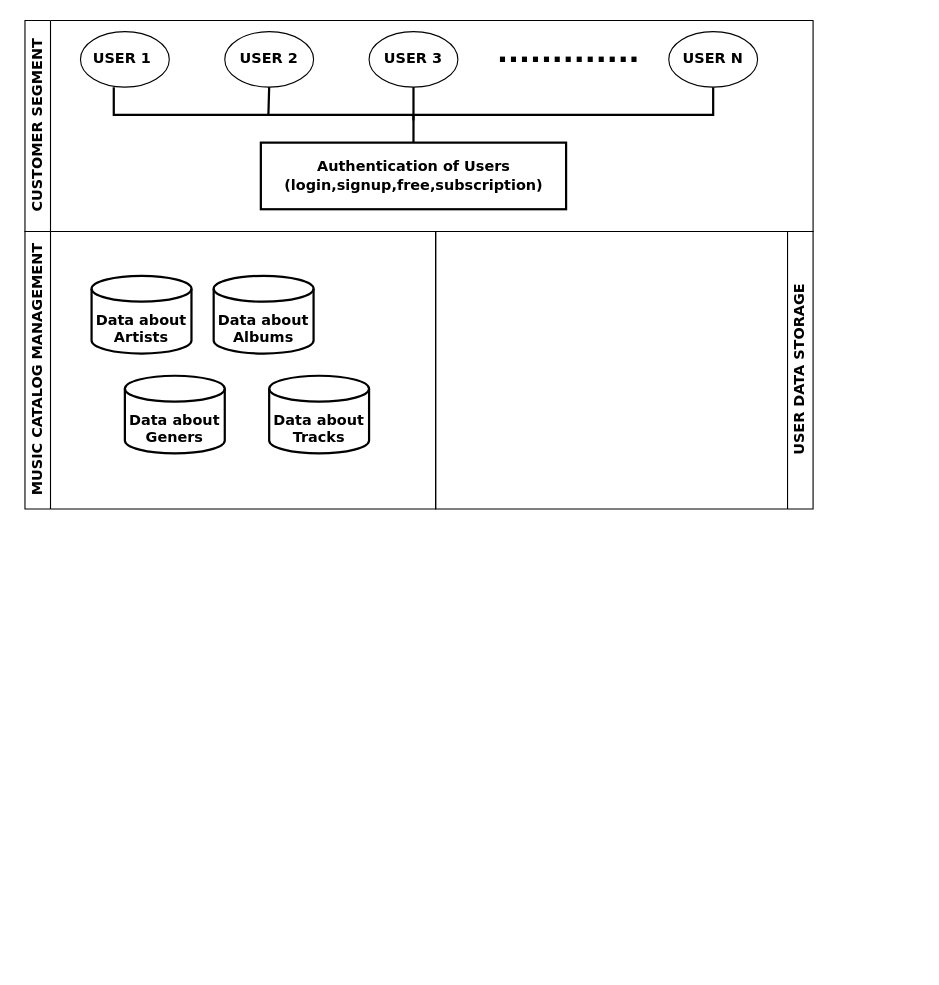
Above: moksha_spotify.drawio in ChanumoluGayathri/System_Design (draw.io), before the change. Source tidied: cells renumbered, new cells numbered last; positions are measured from the earlier drawing's top-left corner, leaving out a move shared by most shapes. Both pictures are drawn from the tidied source at 111%, with x=0, y=0 at pixel (24, 20).
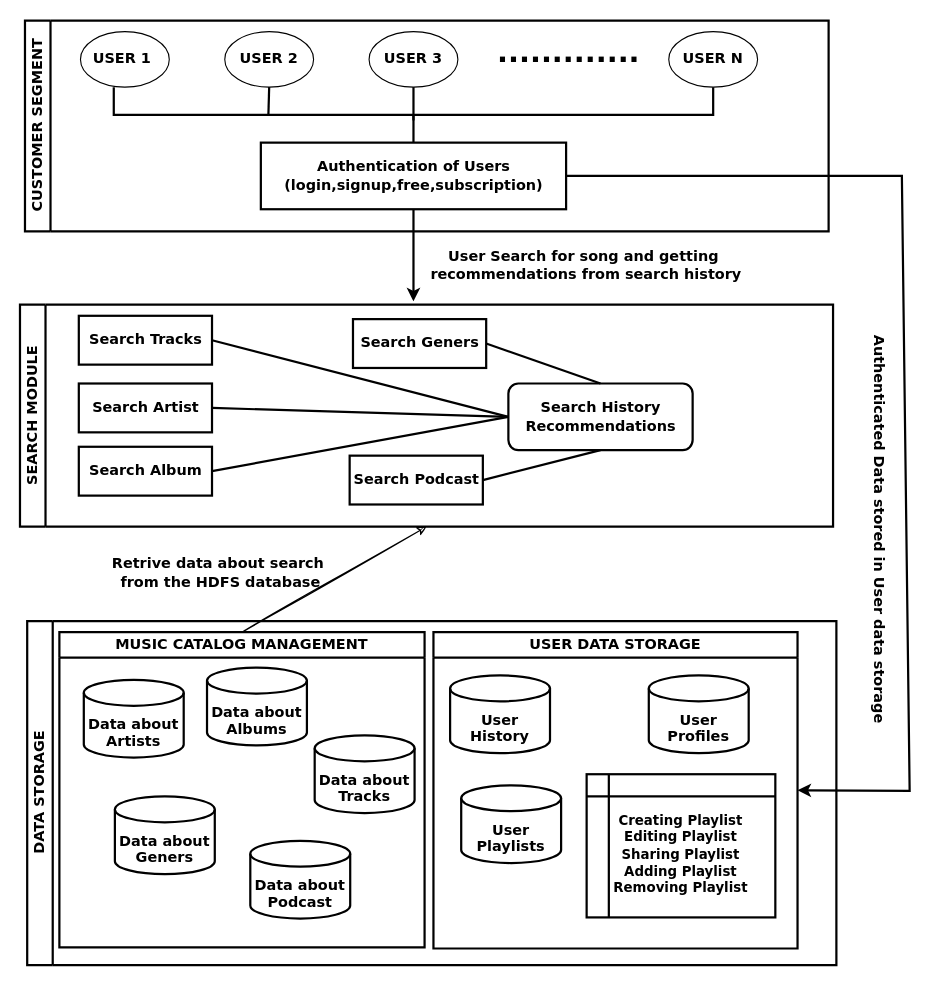
The same diagram, later.

The change refers to these unchanged cells:
```xml
<mxCell id="10" value="&lt;font style=&quot;font-size: 13px;&quot; face=&quot;Verdana&quot;&gt;&lt;b&gt;Authentication of Users&lt;/b&gt;&lt;/font&gt;&lt;div&gt;&lt;font style=&quot;font-size: 13px;&quot; face=&quot;Verdana&quot;&gt;&lt;b&gt;(login,signup,free,subscription)&lt;/b&gt;&lt;/font&gt;&lt;/div&gt;" style="rounded=0;whiteSpace=wrap;html=1;hachureGap=4;fontFamily=Architects Daughter;strokeWidth=2;" parent="1" vertex="1">
  <mxGeometry x="212.5" y="110" width="275" height="60" as="geometry" />
</mxCell>
```

The edit, as a diff of the source:
```diff
@@
-    <mxCell id="11" value="&lt;font style=&quot;font-size: 13px;&quot; face=&quot;Verdana&quot;&gt;CUSTOMER SEGMENT&lt;/font&gt;" style="swimlane;horizontal=0;whiteSpace=wrap;html=1;hachureGap=4;fontFamily=Architects Daughter;" parent="1" vertex="1">
-      <mxGeometry width="710" height="190" as="geometry" />
+    <mxCell id="11" value="&lt;font style=&quot;font-size: 13px;&quot; face=&quot;Verdana&quot;&gt;CUSTOMER SEGMENT&lt;/font&gt;" style="swimlane;horizontal=0;whiteSpace=wrap;html=1;hachureGap=4;fontFamily=Architects Daughter;strokeWidth=2;" parent="1" vertex="1">
+      <mxGeometry width="724" height="190" as="geometry" />
     </mxCell>
+    <mxCell id="18" value="&lt;font style=&quot;font-size: 13px;&quot; face=&quot;Verdana&quot;&gt;DATA STORAGE&lt;/font&gt;" style="swimlane;horizontal=0;whiteSpace=wrap;html=1;hachureGap=4;fontFamily=Architects Daughter;strokeWidth=2;" parent="1" vertex="1">
+      <mxGeometry x="2" y="541" width="729" height="310" as="geometry" />
+    </mxCell>
-    <mxCell id="12" value="&lt;font style=&quot;font-size: 13px;&quot; face=&quot;Verdana&quot;&gt;MUSIC CATALOG MANAGEMENT&lt;/font&gt;" style="swimlane;horizontal=0;whiteSpace=wrap;html=1;hachureGap=4;fontFamily=Architects Daughter;" parent="1" vertex="1">
-      <mxGeometry y="190" width="370" height="250" as="geometry" />
+    <mxCell id="12" value="&lt;span style=&quot;font-family: Verdana; font-size: 13px;&quot;&gt;MUSIC CATALOG MANAGEMENT&lt;/span&gt;" style="swimlane;whiteSpace=wrap;html=1;hachureGap=4;fontFamily=Architects Daughter;strokeWidth=2;" parent="18" vertex="1">
+      <mxGeometry x="29" y="10" width="329" height="284" as="geometry" />
     </mxCell>
-    <mxCell id="13" value="&lt;p style=&quot;line-height: 110%;&quot;&gt;&lt;font size=&quot;1&quot; face=&quot;Verdana&quot;&gt;&lt;b style=&quot;font-size: 13px;&quot;&gt;&lt;br&gt;&lt;/b&gt;&lt;/font&gt;&lt;/p&gt;&lt;p style=&quot;line-height: 110%;&quot;&gt;&lt;font size=&quot;1&quot; face=&quot;Verdana&quot;&gt;&lt;b style=&quot;font-size: 13px;&quot;&gt;Data about Artists&lt;/b&gt;&lt;/font&gt;&lt;/p&gt;" style="strokeWidth=2;html=1;shape=mxgraph.flowchart.database;whiteSpace=wrap;hachureGap=4;fontFamily=Architects Daughter;" parent="12" vertex="1">
-      <mxGeometry x="60" y="40" width="90" height="70" as="geometry" />
-    </mxCell>
-    <mxCell id="14" value="&lt;p style=&quot;line-height: 110%;&quot;&gt;&lt;font size=&quot;1&quot; face=&quot;Verdana&quot;&gt;&lt;b style=&quot;font-size: 13px;&quot;&gt;&lt;br&gt;&lt;/b&gt;&lt;/font&gt;&lt;/p&gt;&lt;p style=&quot;line-height: 110%;&quot;&gt;&lt;font size=&quot;1&quot; face=&quot;Verdana&quot;&gt;&lt;b style=&quot;font-size: 13px;&quot;&gt;Data about Albums&lt;/b&gt;&lt;/font&gt;&lt;/p&gt;" style="strokeWidth=2;html=1;shape=mxgraph.flowchart.database;whiteSpace=wrap;hachureGap=4;fontFamily=Architects Daughter;" parent="12" vertex="1">
-      <mxGeometry x="170" y="40" width="90" height="70" as="geometry" />
-    </mxCell>
+    <mxCell id="19" value="&lt;p style=&quot;line-height: 110%;&quot;&gt;&lt;font size=&quot;1&quot; face=&quot;Verdana&quot;&gt;&lt;b style=&quot;font-size: 13px;&quot;&gt;&lt;br&gt;&lt;/b&gt;&lt;/font&gt;&lt;/p&gt;&lt;p style=&quot;line-height: 110%;&quot;&gt;&lt;font size=&quot;1&quot; face=&quot;Verdana&quot;&gt;&lt;b style=&quot;font-size: 13px;&quot;&gt;Data about Podcast&lt;/b&gt;&lt;/font&gt;&lt;/p&gt;" style="strokeWidth=2;html=1;shape=mxgraph.flowchart.database;whiteSpace=wrap;hachureGap=4;fontFamily=Architects Daughter;" parent="12" vertex="1">
+      <mxGeometry x="172" y="188" width="90" height="70" as="geometry" />
+    </mxCell>
     <mxCell id="15" value="&lt;p style=&quot;line-height: 110%;&quot;&gt;&lt;font size=&quot;1&quot; face=&quot;Verdana&quot;&gt;&lt;b style=&quot;font-size: 13px;&quot;&gt;&lt;br&gt;&lt;/b&gt;&lt;/font&gt;&lt;/p&gt;&lt;p style=&quot;line-height: 110%;&quot;&gt;&lt;font size=&quot;1&quot; face=&quot;Verdana&quot;&gt;&lt;b style=&quot;font-size: 13px;&quot;&gt;Data about Tracks&lt;/b&gt;&lt;/font&gt;&lt;/p&gt;" style="strokeWidth=2;html=1;shape=mxgraph.flowchart.database;whiteSpace=wrap;hachureGap=4;fontFamily=Architects Daughter;" parent="12" vertex="1">
-      <mxGeometry x="220" y="130" width="90" height="70" as="geometry" />
+      <mxGeometry x="230" y="93" width="90" height="70" as="geometry" />
     </mxCell>
     <mxCell id="16" value="&lt;p style=&quot;line-height: 110%;&quot;&gt;&lt;font size=&quot;1&quot; face=&quot;Verdana&quot;&gt;&lt;b style=&quot;font-size: 13px;&quot;&gt;&lt;br&gt;&lt;/b&gt;&lt;/font&gt;&lt;/p&gt;&lt;p style=&quot;line-height: 110%;&quot;&gt;&lt;font size=&quot;1&quot; face=&quot;Verdana&quot;&gt;&lt;b style=&quot;font-size: 13px;&quot;&gt;Data about Geners&lt;/b&gt;&lt;/font&gt;&lt;/p&gt;" style="strokeWidth=2;html=1;shape=mxgraph.flowchart.database;whiteSpace=wrap;hachureGap=4;fontFamily=Architects Daughter;" parent="12" vertex="1">
-      <mxGeometry x="90" y="130" width="90" height="70" as="geometry" />
+      <mxGeometry x="50" y="148" width="90" height="70" as="geometry" />
     </mxCell>
+    <mxCell id="14" value="&lt;p style=&quot;line-height: 110%;&quot;&gt;&lt;font size=&quot;1&quot; face=&quot;Verdana&quot;&gt;&lt;b style=&quot;font-size: 13px;&quot;&gt;&lt;br&gt;&lt;/b&gt;&lt;/font&gt;&lt;/p&gt;&lt;p style=&quot;line-height: 110%;&quot;&gt;&lt;font size=&quot;1&quot; face=&quot;Verdana&quot;&gt;&lt;b style=&quot;font-size: 13px;&quot;&gt;Data about Albums&lt;/b&gt;&lt;/font&gt;&lt;/p&gt;" style="strokeWidth=2;html=1;shape=mxgraph.flowchart.database;whiteSpace=wrap;hachureGap=4;fontFamily=Architects Daughter;" parent="12" vertex="1">
+      <mxGeometry x="133" y="32" width="90" height="70" as="geometry" />
+    </mxCell>
+    <mxCell id="13" value="&lt;p style=&quot;line-height: 110%;&quot;&gt;&lt;font size=&quot;1&quot; face=&quot;Verdana&quot;&gt;&lt;b style=&quot;font-size: 13px;&quot;&gt;&lt;br&gt;&lt;/b&gt;&lt;/font&gt;&lt;/p&gt;&lt;p style=&quot;line-height: 110%;&quot;&gt;&lt;font size=&quot;1&quot; face=&quot;Verdana&quot;&gt;&lt;b style=&quot;font-size: 13px;&quot;&gt;Data about Artists&lt;/b&gt;&lt;/font&gt;&lt;/p&gt;" style="strokeWidth=2;html=1;shape=mxgraph.flowchart.database;whiteSpace=wrap;hachureGap=4;fontFamily=Architects Daughter;" parent="12" vertex="1">
+      <mxGeometry x="22" y="43" width="90" height="70" as="geometry" />
+    </mxCell>
-    <mxCell id="17" value="&lt;font style=&quot;font-size: 13px;&quot; face=&quot;Verdana&quot;&gt;USER DATA STORAGE&lt;/font&gt;" style="swimlane;horizontal=0;whiteSpace=wrap;html=1;hachureGap=4;fontFamily=Architects Daughter;direction=west;" parent="1" vertex="1">
-      <mxGeometry x="370" y="190" width="340" height="250" as="geometry" />
+    <mxCell id="17" value="&lt;span style=&quot;font-family: Verdana; font-size: 13px;&quot;&gt;USER DATA STORAGE&lt;/span&gt;" style="swimlane;whiteSpace=wrap;html=1;hachureGap=4;fontFamily=Architects Daughter;startSize=23;strokeWidth=2;" parent="18" vertex="1">
+      <mxGeometry x="366" y="10" width="328" height="285" as="geometry" />
     </mxCell>
+    <mxCell id="20" value="&lt;p style=&quot;line-height: 110%;&quot;&gt;&lt;font size=&quot;1&quot; face=&quot;Verdana&quot;&gt;&lt;b style=&quot;font-size: 13px;&quot;&gt;&lt;br&gt;&lt;/b&gt;&lt;/font&gt;&lt;/p&gt;&lt;p style=&quot;line-height: 110%;&quot;&gt;&lt;font face=&quot;Verdana&quot;&gt;&lt;span style=&quot;font-size: 13px;&quot;&gt;&lt;b&gt;User History&lt;/b&gt;&lt;/span&gt;&lt;/font&gt;&lt;/p&gt;" style="strokeWidth=2;html=1;shape=mxgraph.flowchart.database;whiteSpace=wrap;hachureGap=4;fontFamily=Architects Daughter;" parent="17" vertex="1">
+      <mxGeometry x="15" y="39" width="90" height="70" as="geometry" />
+    </mxCell>
+    <mxCell id="21" value="&lt;p style=&quot;line-height: 110%;&quot;&gt;&lt;font size=&quot;1&quot; face=&quot;Verdana&quot;&gt;&lt;b style=&quot;font-size: 13px;&quot;&gt;&lt;br&gt;&lt;/b&gt;&lt;/font&gt;&lt;/p&gt;&lt;p style=&quot;line-height: 110%;&quot;&gt;&lt;font face=&quot;Verdana&quot;&gt;&lt;span style=&quot;font-size: 13px;&quot;&gt;&lt;b&gt;User Profiles&lt;/b&gt;&lt;/span&gt;&lt;/font&gt;&lt;/p&gt;" style="strokeWidth=2;html=1;shape=mxgraph.flowchart.database;whiteSpace=wrap;hachureGap=4;fontFamily=Architects Daughter;" parent="17" vertex="1">
+      <mxGeometry x="194" y="39" width="90" height="70" as="geometry" />
+    </mxCell>
+    <mxCell id="22" value="&lt;p style=&quot;line-height: 110%;&quot;&gt;&lt;font size=&quot;1&quot; face=&quot;Verdana&quot;&gt;&lt;b style=&quot;font-size: 13px;&quot;&gt;&lt;br&gt;&lt;/b&gt;&lt;/font&gt;&lt;/p&gt;&lt;p style=&quot;line-height: 110%;&quot;&gt;&lt;font face=&quot;Verdana&quot;&gt;&lt;span style=&quot;font-size: 13px;&quot;&gt;&lt;b&gt;User Playlists&lt;/b&gt;&lt;/span&gt;&lt;/font&gt;&lt;/p&gt;" style="strokeWidth=2;html=1;shape=mxgraph.flowchart.database;whiteSpace=wrap;hachureGap=4;fontFamily=Architects Daughter;" parent="17" vertex="1">
+      <mxGeometry x="25" y="138" width="90" height="70" as="geometry" />
+    </mxCell>
+    <mxCell id="23" value="&lt;div&gt;&lt;font face=&quot;Verdana&quot;&gt;&lt;b&gt;&lt;br&gt;&lt;/b&gt;&lt;/font&gt;&lt;/div&gt;&lt;font face=&quot;Verdana&quot;&gt;&lt;b&gt;Creating Playlist&lt;/b&gt;&lt;/font&gt;&lt;div&gt;&lt;b style=&quot;font-family: Verdana;&quot;&gt;Editing Playlist&lt;/b&gt;&lt;font face=&quot;Verdana&quot;&gt;&lt;b&gt;&lt;br&gt;&lt;/b&gt;&lt;/font&gt;&lt;/div&gt;&lt;div&gt;&lt;b style=&quot;font-family: Verdana;&quot;&gt;Sharing Playlist&lt;/b&gt;&lt;b style=&quot;font-family: Verdana;&quot;&gt;&lt;br&gt;&lt;/b&gt;&lt;/div&gt;&lt;div&gt;&lt;b style=&quot;font-family: Verdana;&quot;&gt;Adding Playlist&lt;/b&gt;&lt;/div&gt;&lt;div&gt;&lt;font face=&quot;Verdana&quot;&gt;&lt;b&gt;Removing Playlist&lt;/b&gt;&lt;/font&gt;&lt;/div&gt;" style="shape=internalStorage;whiteSpace=wrap;html=1;backgroundOutline=1;hachureGap=4;fontFamily=Architects Daughter;strokeWidth=2;" parent="17" vertex="1">
+      <mxGeometry x="138" y="128" width="170" height="129" as="geometry" />
+    </mxCell>
+    <mxCell id="24" value="&lt;font face=&quot;Verdana&quot;&gt;&lt;span style=&quot;font-size: 13px;&quot;&gt;SEARCH MODULE&lt;/span&gt;&lt;/font&gt;" style="swimlane;horizontal=0;whiteSpace=wrap;html=1;hachureGap=4;fontFamily=Architects Daughter;strokeWidth=2;" parent="1" vertex="1">
+      <mxGeometry x="-4.5" y="256" width="732.5" height="200" as="geometry" />
+    </mxCell>
+    <mxCell id="25" value="&lt;font size=&quot;1&quot; face=&quot;Verdana&quot;&gt;&lt;b style=&quot;font-size: 13px;&quot;&gt;Search Artist&lt;/b&gt;&lt;/font&gt;" style="rounded=0;whiteSpace=wrap;html=1;hachureGap=4;fontFamily=Architects Daughter;strokeWidth=2;" parent="24" vertex="1">
+      <mxGeometry x="53" y="71" width="120" height="44" as="geometry" />
+    </mxCell>
+    <mxCell id="26" value="&lt;font size=&quot;1&quot; face=&quot;Verdana&quot;&gt;&lt;b style=&quot;font-size: 13px;&quot;&gt;Search Tracks&lt;/b&gt;&lt;/font&gt;" style="rounded=0;whiteSpace=wrap;html=1;hachureGap=4;fontFamily=Architects Daughter;strokeWidth=2;" parent="24" vertex="1">
+      <mxGeometry x="53" y="10" width="120" height="44" as="geometry" />
+    </mxCell>
+    <mxCell id="27" value="&lt;font size=&quot;1&quot; face=&quot;Verdana&quot;&gt;&lt;b style=&quot;font-size: 13px;&quot;&gt;Search Geners&lt;/b&gt;&lt;/font&gt;" style="rounded=0;whiteSpace=wrap;html=1;hachureGap=4;fontFamily=Architects Daughter;strokeWidth=2;" parent="24" vertex="1">
+      <mxGeometry x="300" y="13" width="120" height="44" as="geometry" />
+    </mxCell>
+    <mxCell id="28" value="&lt;font size=&quot;1&quot; face=&quot;Verdana&quot;&gt;&lt;b style=&quot;font-size: 13px;&quot;&gt;Search Podcast&lt;/b&gt;&lt;/font&gt;" style="rounded=0;whiteSpace=wrap;html=1;hachureGap=4;fontFamily=Architects Daughter;strokeWidth=2;" parent="24" vertex="1">
+      <mxGeometry x="297" y="136" width="120" height="44" as="geometry" />
+    </mxCell>
+    <mxCell id="29" value="&lt;font size=&quot;1&quot; face=&quot;Verdana&quot;&gt;&lt;b style=&quot;font-size: 13px;&quot;&gt;Search Album&lt;/b&gt;&lt;/font&gt;" style="rounded=0;whiteSpace=wrap;html=1;hachureGap=4;fontFamily=Architects Daughter;strokeWidth=2;" parent="24" vertex="1">
+      <mxGeometry x="53" y="128" width="120" height="44" as="geometry" />
+    </mxCell>
+    <mxCell id="30" value="&lt;font size=&quot;1&quot; face=&quot;Verdana&quot;&gt;&lt;b style=&quot;font-size: 13px;&quot;&gt;Search History Recommendations&lt;/b&gt;&lt;/font&gt;" style="rounded=1;whiteSpace=wrap;html=1;hachureGap=4;fontFamily=Architects Daughter;strokeWidth=2;" parent="24" vertex="1">
+      <mxGeometry x="440" y="71" width="166" height="60" as="geometry" />
+    </mxCell>
+    <mxCell id="31" style="endArrow=none;html=1;rounded=0;hachureGap=4;fontFamily=Architects Daughter;exitX=1;exitY=0.5;exitDx=0;exitDy=0;entryX=0;entryY=0.5;entryDx=0;entryDy=0;strokeWidth=2;endFill=0;" parent="24" edge="1" source="25" target="30">
+      <mxGeometry relative="1" as="geometry" />
+    </mxCell>
+    <mxCell id="32" style="endArrow=none;html=1;rounded=0;hachureGap=4;fontFamily=Architects Daughter;exitX=1;exitY=0.5;exitDx=0;exitDy=0;entryX=0;entryY=0.5;entryDx=0;entryDy=0;strokeWidth=2;endFill=0;" parent="24" edge="1" source="26" target="30">
+      <mxGeometry relative="1" as="geometry" />
+    </mxCell>
+    <mxCell id="33" style="endArrow=none;html=1;rounded=0;hachureGap=4;fontFamily=Architects Daughter;exitX=1;exitY=0.5;exitDx=0;exitDy=0;entryX=0;entryY=0.5;entryDx=0;entryDy=0;strokeWidth=2;endFill=0;" parent="24" edge="1" source="29" target="30">
+      <mxGeometry relative="1" as="geometry" />
+    </mxCell>
+    <mxCell id="34" style="endArrow=none;html=1;rounded=0;hachureGap=4;fontFamily=Architects Daughter;exitX=1;exitY=0.5;exitDx=0;exitDy=0;entryX=0.5;entryY=1;entryDx=0;entryDy=0;strokeWidth=2;" parent="24" edge="1" source="28" target="30">
+      <mxGeometry relative="1" as="geometry" />
+    </mxCell>
+    <mxCell id="35" style="endArrow=none;html=1;rounded=0;hachureGap=4;fontFamily=Architects Daughter;exitX=1;exitY=0.5;exitDx=0;exitDy=0;entryX=0.5;entryY=0;entryDx=0;entryDy=0;strokeWidth=2;" parent="24" edge="1" source="27" target="30">
+      <mxGeometry relative="1" as="geometry" />
+    </mxCell>
+    <mxCell id="36" style="endArrow=classic;html=1;rounded=0;hachureGap=4;fontFamily=Architects Daughter;exitX=0.5;exitY=1;exitDx=0;exitDy=0;strokeWidth=2;" parent="1" edge="1" source="10">
+      <mxGeometry relative="1" as="geometry">
+        <mxPoint x="350" y="253" as="targetPoint" />
+      </mxGeometry>
+    </mxCell>
+    <mxCell id="37" value="&lt;b&gt;&lt;font style=&quot;font-size: 13px;&quot; face=&quot;Verdana&quot;&gt;User Search for song and getting&lt;/font&gt;&lt;/b&gt;&lt;div&gt;&lt;b&gt;&lt;font style=&quot;font-size: 13px;&quot; face=&quot;Verdana&quot;&gt;&amp;nbsp;recommendations from search history&lt;/font&gt;&lt;/b&gt;&lt;/div&gt;" style="edgeLabel;html=1;align=center;verticalAlign=middle;sketch=1;hachureGap=4;jiggle=2;curveFitting=1;fontFamily=Architects Daughter;" parent="36" vertex="1">
+      <mxGeometry x="-0.07" y="-2" relative="1" as="geometry">
+        <mxPoint x="154" y="10" as="offset" />
+      </mxGeometry>
+    </mxCell>
+    <mxCell id="38" style="endArrow=classic;html=1;rounded=0;sketch=1;hachureGap=4;jiggle=2;curveFitting=1;fontFamily=Architects Daughter;exitX=0.5;exitY=0;exitDx=0;exitDy=0;entryX=0.5;entryY=1;entryDx=0;entryDy=0;" parent="1" edge="1" source="12" target="24">
+      <mxGeometry relative="1" as="geometry" />
+    </mxCell>
+    <mxCell id="39" value="&lt;font size=&quot;1&quot; face=&quot;Verdana&quot;&gt;&lt;b style=&quot;font-size: 13px;&quot;&gt;Retrive data about search&amp;nbsp;&lt;/b&gt;&lt;/font&gt;&lt;div&gt;&lt;font size=&quot;1&quot; face=&quot;Verdana&quot;&gt;&lt;b style=&quot;font-size: 13px;&quot;&gt;from the HDFS database&lt;/b&gt;&lt;/font&gt;&lt;/div&gt;" style="text;html=1;align=center;verticalAlign=middle;strokeColor=none;fillColor=none;fontFamily=Architects Daughter;" parent="1" vertex="1">
+      <mxGeometry x="70" y="475" width="211" height="46" as="geometry" />
+    </mxCell>
+    <mxCell id="40" style="endArrow=classic;html=1;rounded=0;hachureGap=4;fontFamily=Architects Daughter;exitX=1;exitY=0.5;exitDx=0;exitDy=0;entryX=1;entryY=0.5;entryDx=0;entryDy=0;strokeWidth=2;" parent="1" edge="1" source="10" target="17">
+      <mxGeometry relative="1" as="geometry">
+        <Array as="points">
+          <mxPoint x="790" y="140" />
+          <mxPoint x="797" y="694" />
+        </Array>
+      </mxGeometry>
+    </mxCell>
+    <mxCell id="41" value="&lt;b&gt;&lt;font style=&quot;font-size: 13px;&quot; face=&quot;Verdana&quot;&gt;Authenticated Data&amp;nbsp;&lt;/font&gt;&lt;/b&gt;&lt;b&gt;&lt;font style=&quot;font-size: 13px;&quot; face=&quot;Verdana&quot;&gt;stored in User data storage&lt;/font&gt;&lt;/b&gt;" style="edgeLabel;html=1;align=center;verticalAlign=middle;sketch=1;hachureGap=4;jiggle=2;curveFitting=1;fontFamily=Architects Daughter;rotation=90;" parent="40" vertex="1">
+      <mxGeometry x="0.04" y="-1" relative="1" as="geometry">
+        <mxPoint x="-21" y="122" as="offset" />
+      </mxGeometry>
+    </mxCell>
```
